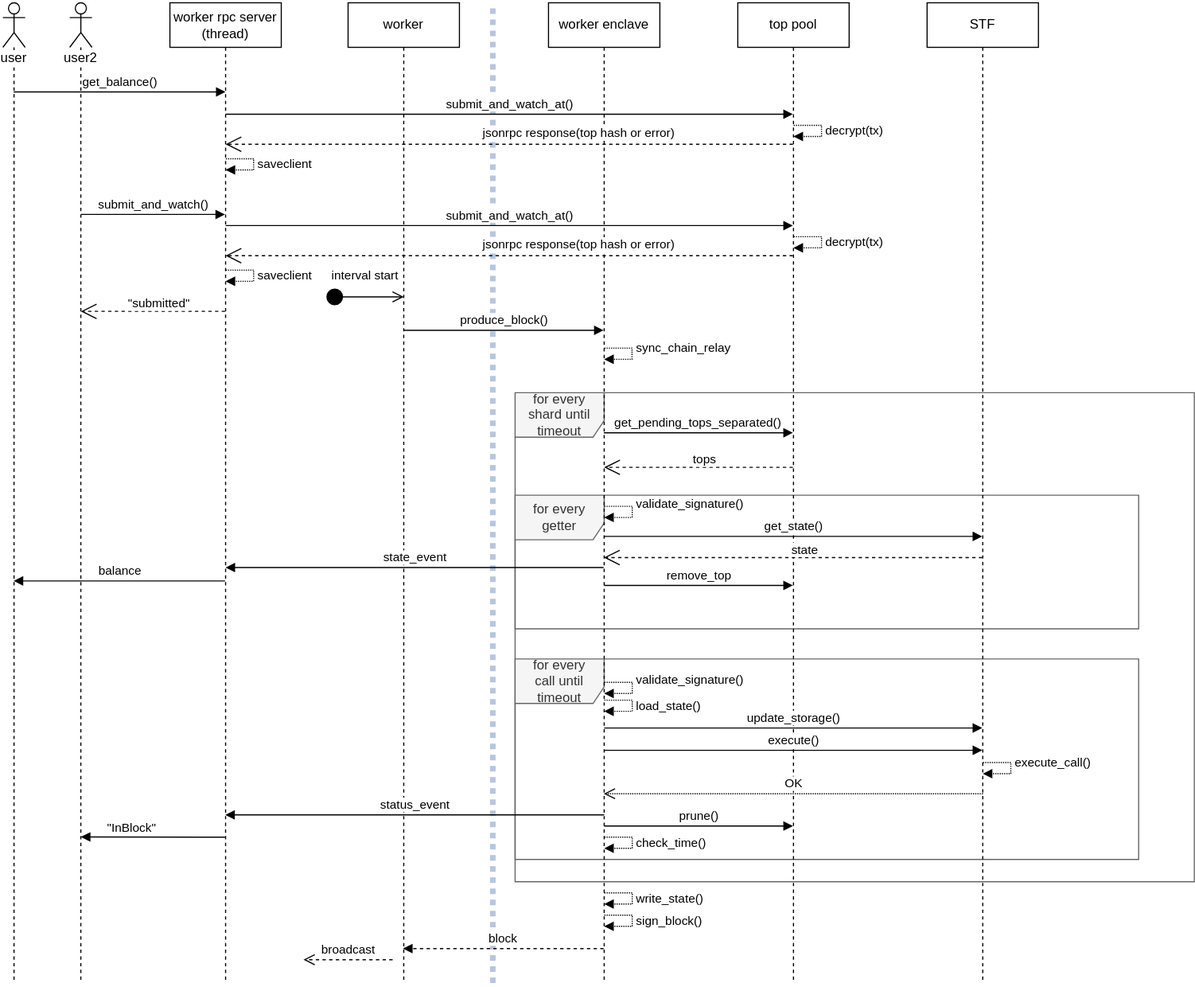
Before: sidechain-sequence.svg, a diagram exported from draw.io (haerdib/substraTEE_diagramms). Source tidied: cells renumbered, new cells last; positions are measured from the earlier drawing's top-left corner, leaving out a move shared by most shapes.
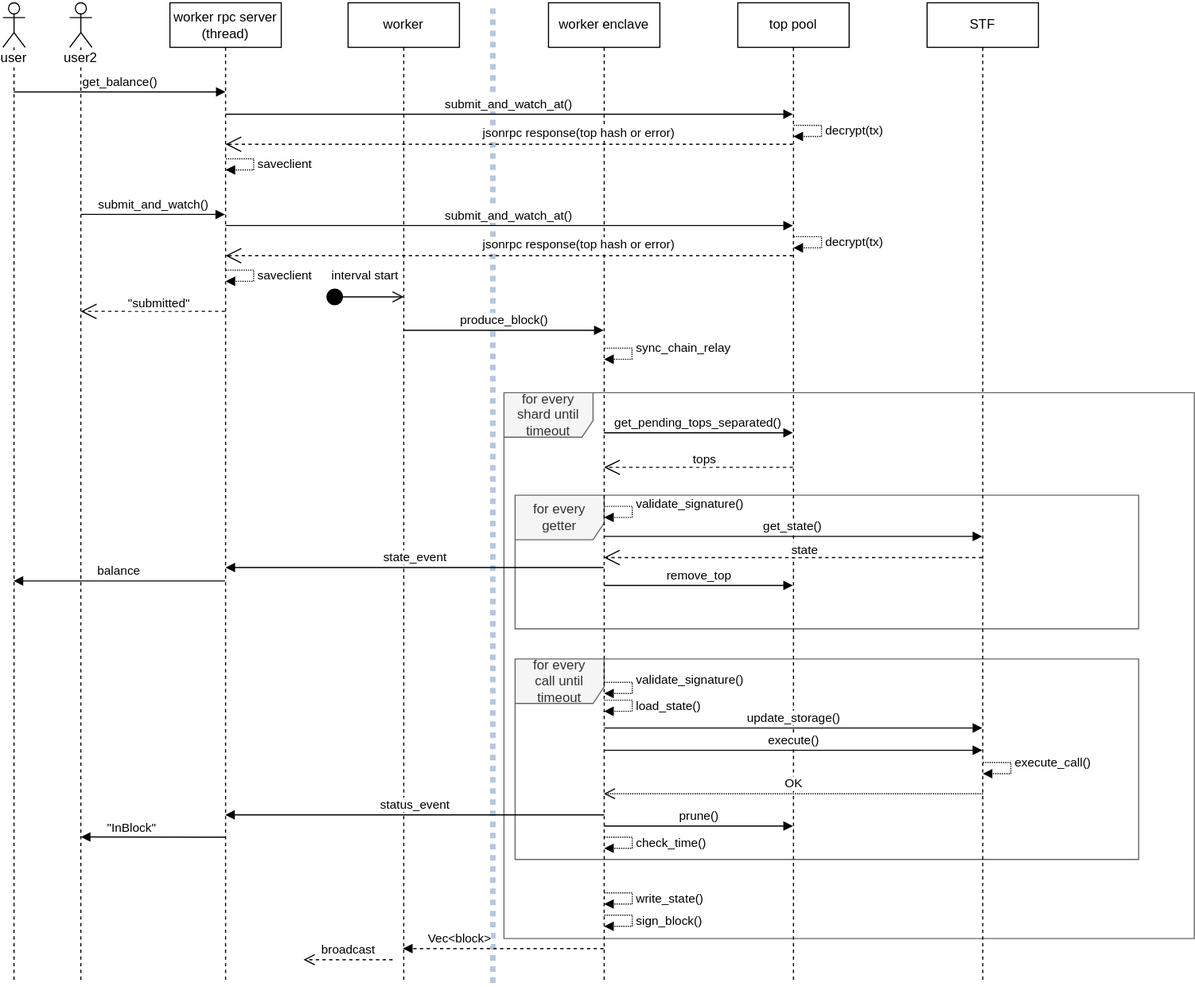
The same file after the commit.

Diff of the diagram source:
```diff
@@ -3,7 +3,7 @@
     <mxCell id="0" />
     <mxCell id="1" parent="0" />
     <mxCell id="2" value="for every shard until timeout" style="shape=umlFrame;whiteSpace=wrap;html=1;width=80;height=40;fillColor=#f5f5f5;strokeColor=#666666;fontColor=#333333;" parent="1" vertex="1">
-      <mxGeometry x="460" y="350" width="610" height="439" as="geometry" />
+      <mxGeometry x="450" y="350" width="620" height="490" as="geometry" />
     </mxCell>
     <mxCell id="3" value="&lt;div&gt;for every&lt;/div&gt;&lt;div&gt;call until timeout&lt;br&gt;&lt;/div&gt;" style="shape=umlFrame;whiteSpace=wrap;html=1;width=80;height=40;fillColor=#f5f5f5;strokeColor=#666666;fontColor=#333333;" parent="1" vertex="1">
       <mxGeometry x="460" y="589" width="560" height="180" as="geometry" />
@@ -110,8 +110,8 @@
         <mxPoint x="539.7" y="710" as="targetPoint" />
       </mxGeometry>
     </mxCell>
-    <mxCell id="22" value="block" style="html=1;verticalAlign=bottom;endArrow=block;strokeWidth=1;dashed=1;" parent="1" edge="1">
-      <mxGeometry relative="1" as="geometry">
+    <mxCell id="22" value="Vec&amp;lt;block&amp;gt;" style="html=1;verticalAlign=bottom;endArrow=block;strokeWidth=1;dashed=1;" parent="1" edge="1">
+      <mxGeometry x="0.44" relative="1" as="geometry">
         <mxPoint x="539.5" y="849" as="sourcePoint" />
         <mxPoint x="359.3" y="849" as="targetPoint" />
       </mxGeometry>
```
